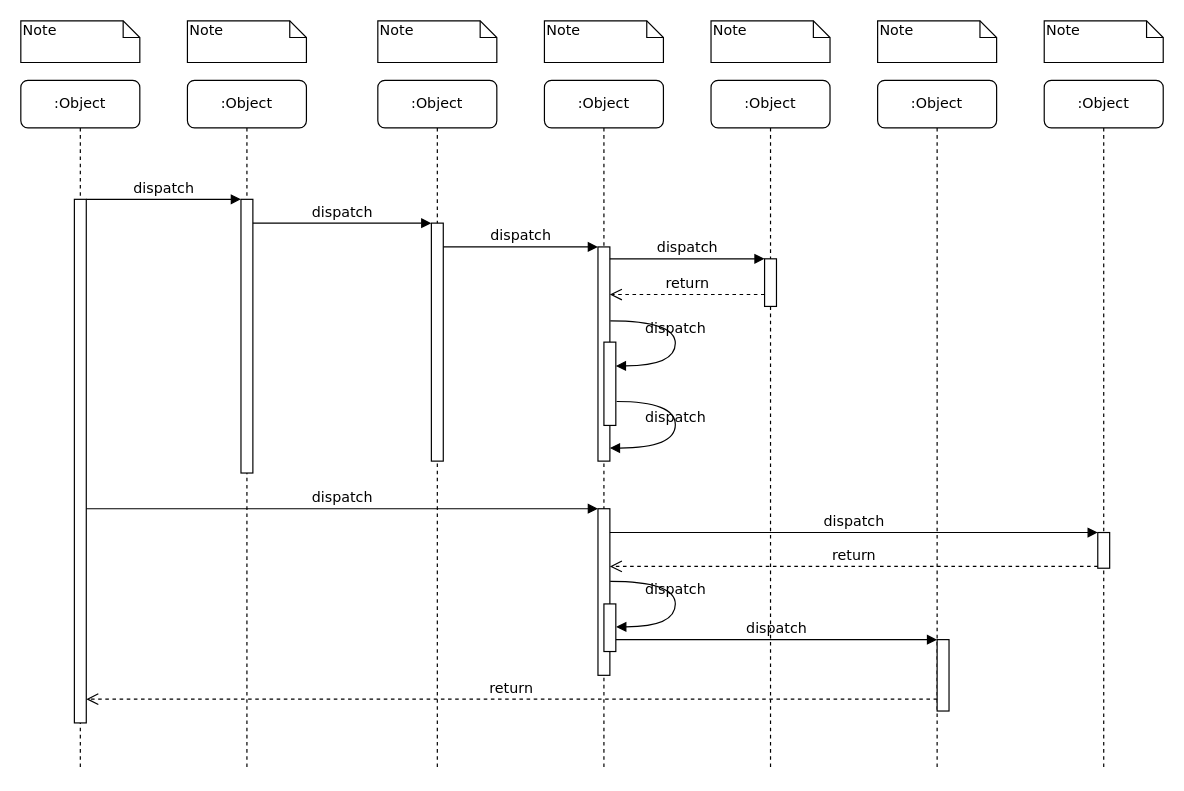
This is diagrams/algorithm_darknetros/subscription_callbacks.drawio from fgonzalezr1998/tfg_src, a draw.io file, before an edit. Source tidied: cells renumbered, new cells numbered last; positions are measured from the earlier drawing's top-left corner, leaving out a move shared by most shapes. Both pictures are drawn from the tidied source at 119%, with x=0, y=0 at pixel (20, 20).
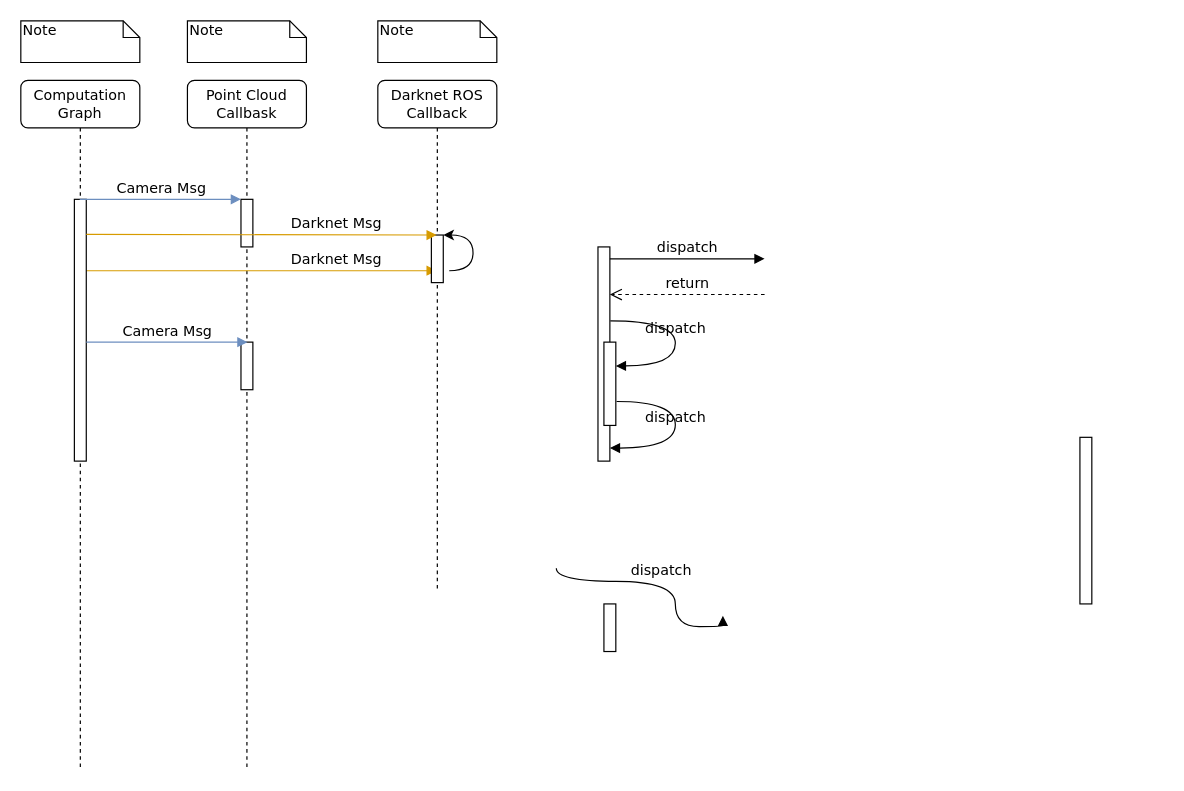
The same diagram, later.

Unchanged cells that the change refers to:
```xml
<mxCell id="12" style="html=1;points=[];perimeter=orthogonalPerimeter;rounded=0;shadow=0;comic=0;labelBackgroundColor=none;strokeWidth=1;fontFamily=Verdana;fontSize=12;align=center;" parent="1" vertex="1">
  <mxGeometry x="485" y="190" width="10" height="180" as="geometry" />
</mxCell>
<mxCell id="30" style="html=1;points=[];perimeter=orthogonalPerimeter;rounded=0;shadow=0;comic=0;labelBackgroundColor=none;strokeWidth=1;fontFamily=Verdana;fontSize=12;align=center;" parent="1" vertex="1">
  <mxGeometry x="490" y="490" width="10" height="40" as="geometry" />
</mxCell>
```

The edit, as a diff of the source:
```diff
@@
-    <mxCell id="2" value=":Object" style="shape=umlLifeline;perimeter=lifelinePerimeter;whiteSpace=wrap;html=1;rounded=1;shadow=0;comic=0;labelBackgroundColor=none;strokeWidth=1;fontFamily=Verdana;fontSize=12;align=center;" parent="1" vertex="1">
+    <mxCell id="2" value="Point Cloud Callbask" style="shape=umlLifeline;perimeter=lifelinePerimeter;whiteSpace=wrap;html=1;rounded=1;shadow=0;comic=0;labelBackgroundColor=none;strokeWidth=1;fontFamily=Verdana;fontSize=12;align=center;" parent="1" vertex="1">
       <mxGeometry x="140" y="50" width="100" height="580" as="geometry" />
     </mxCell>
     <mxCell id="3" style="html=1;points=[];perimeter=orthogonalPerimeter;rounded=0;shadow=0;comic=0;labelBackgroundColor=none;strokeWidth=1;fontFamily=Verdana;fontSize=12;align=center;" parent="2" vertex="1">
-      <mxGeometry x="45" y="100" width="10" height="230" as="geometry" />
+      <mxGeometry x="45" y="100" width="10" height="40" as="geometry" />
     </mxCell>
+    <mxCell id="39" value="Darknet Msg" style="html=1;verticalAlign=bottom;endArrow=block;labelBackgroundColor=none;fontFamily=Verdana;fontSize=12;edgeStyle=elbowEdgeStyle;elbow=vertical;fillColor=#ffe6cc;strokeColor=#d79b00;" parent="2" edge="1">
+      <mxGeometry x="0.42" relative="1" as="geometry">
+        <mxPoint x="-85" y="160" as="sourcePoint" />
+        <mxPoint x="209.5" y="160.5" as="targetPoint" />
+        <mxPoint x="1" as="offset" />
+      </mxGeometry>
+    </mxCell>
+    <mxCell id="40" style="html=1;perimeter=orthogonalPerimeter;rounded=0;shadow=0;comic=0;labelBackgroundColor=none;strokeWidth=1;fontFamily=Verdana;fontSize=12;align=center;" parent="2" vertex="1">
+      <mxGeometry x="45" y="220" width="10" height="40" as="geometry" />
+    </mxCell>
-    <mxCell id="4" value=":Object" style="shape=umlLifeline;perimeter=lifelinePerimeter;whiteSpace=wrap;html=1;outlineConnect=0;rounded=1;shadow=0;comic=0;labelBackgroundColor=none;strokeWidth=1;fontFamily=Verdana;fontSize=12;align=center;" parent="1" vertex="1">
-      <mxGeometry x="300" y="50" width="100" height="580" as="geometry" />
+    <mxCell id="4" value="Darknet ROS Callback" style="shape=umlLifeline;perimeter=lifelinePerimeter;whiteSpace=wrap;html=1;outlineConnect=0;rounded=1;shadow=0;comic=0;labelBackgroundColor=none;strokeWidth=1;fontFamily=Verdana;fontSize=12;align=center;" parent="1" vertex="1">
+      <mxGeometry x="300" y="50" width="100" height="430" as="geometry" />
     </mxCell>
     <mxCell id="5" style="html=1;points=[];perimeter=orthogonalPerimeter;rounded=0;shadow=0;comic=0;labelBackgroundColor=none;strokeWidth=1;fontFamily=Verdana;fontSize=12;align=center;" parent="4" vertex="1">
-      <mxGeometry x="45" y="120" width="10" height="200" as="geometry" />
+      <mxGeometry x="45" y="130" width="10" height="40" as="geometry" />
     </mxCell>
-    <mxCell id="6" value=":Object" style="shape=umlLifeline;perimeter=lifelinePerimeter;whiteSpace=wrap;html=1;rounded=1;shadow=0;comic=0;labelBackgroundColor=none;strokeWidth=1;fontFamily=Verdana;fontSize=12;align=center;" parent="1" vertex="1">
-      <mxGeometry x="440" y="50" width="100" height="580" as="geometry" />
-    </mxCell>
-    <mxCell id="7" value=":Object" style="shape=umlLifeline;perimeter=lifelinePerimeter;whiteSpace=wrap;html=1;rounded=1;shadow=0;comic=0;labelBackgroundColor=none;strokeWidth=1;fontFamily=Verdana;fontSize=12;align=center;" parent="1" vertex="1">
-      <mxGeometry x="580" y="50" width="100" height="580" as="geometry" />
-    </mxCell>
-    <mxCell id="8" value=":Object" style="shape=umlLifeline;perimeter=lifelinePerimeter;whiteSpace=wrap;html=1;rounded=1;shadow=0;comic=0;labelBackgroundColor=none;strokeWidth=1;fontFamily=Verdana;fontSize=12;align=center;" parent="1" vertex="1">
-      <mxGeometry x="720" y="50" width="100" height="580" as="geometry" />
-    </mxCell>
-    <mxCell id="9" value=":Object" style="shape=umlLifeline;perimeter=lifelinePerimeter;whiteSpace=wrap;html=1;rounded=1;shadow=0;comic=0;labelBackgroundColor=none;strokeWidth=1;fontFamily=Verdana;fontSize=12;align=center;" parent="1" vertex="1">
-      <mxGeometry x="860" y="50" width="100" height="580" as="geometry" />
-    </mxCell>
+    <mxCell id="41" style="curved=1;endArrow=classic;html=1;rounded=0;" parent="4" edge="1" target="5">
+      <mxGeometry relative="1" as="geometry">
+        <mxPoint x="60" y="160" as="sourcePoint" />
+        <Array as="points">
+          <mxPoint x="80" y="160" />
+          <mxPoint x="80" y="130" />
+        </Array>
+      </mxGeometry>
+    </mxCell>
-    <mxCell id="10" value=":Object" style="shape=umlLifeline;perimeter=lifelinePerimeter;whiteSpace=wrap;html=1;outlineConnect=0;rounded=1;shadow=0;comic=0;labelBackgroundColor=none;strokeWidth=1;fontFamily=Verdana;fontSize=12;align=center;" parent="1" vertex="1">
+    <mxCell id="10" value="Computation Graph" style="shape=umlLifeline;perimeter=lifelinePerimeter;whiteSpace=wrap;html=1;outlineConnect=0;rounded=1;shadow=0;comic=0;labelBackgroundColor=none;strokeWidth=1;fontFamily=Verdana;fontSize=12;align=center;" parent="1" vertex="1">
       <mxGeometry y="50" width="100" height="580" as="geometry" />
     </mxCell>
     <mxCell id="11" style="html=1;points=[];perimeter=orthogonalPerimeter;rounded=0;shadow=0;comic=0;labelBackgroundColor=none;strokeWidth=1;fontFamily=Verdana;fontSize=12;align=center;" parent="10" vertex="1">
-      <mxGeometry x="45" y="100" width="10" height="440" as="geometry" />
+      <mxGeometry x="45" y="100" width="10" height="220" as="geometry" />
     </mxCell>
+    <mxCell id="42" value="Darknet Msg" style="html=1;verticalAlign=bottom;endArrow=block;labelBackgroundColor=none;fontFamily=Verdana;fontSize=12;edgeStyle=elbowEdgeStyle;elbow=vertical;fillColor=#ffe6cc;strokeColor=#d79b00;" parent="10" edge="1" target="4">
+      <mxGeometry x="0.42" relative="1" as="geometry">
+        <mxPoint x="55" y="129.5" as="sourcePoint" />
+        <mxPoint x="1" as="offset" />
+      </mxGeometry>
+    </mxCell>
+    <mxCell id="43" value="Camera Msg" style="html=1;verticalAlign=bottom;endArrow=block;entryX=0;entryY=0;labelBackgroundColor=none;fontFamily=Verdana;fontSize=12;edgeStyle=elbowEdgeStyle;elbow=vertical;fillColor=#dae8fc;strokeColor=#6c8ebf;" parent="10" edge="1">
+      <mxGeometry relative="1" as="geometry">
+        <mxPoint x="55" y="220" as="sourcePoint" />
+        <mxPoint x="190.5" y="220" as="targetPoint" />
+      </mxGeometry>
+    </mxCell>
@@
-    <mxCell id="13" value="dispatch" style="html=1;verticalAlign=bottom;endArrow=block;labelBackgroundColor=none;fontFamily=Verdana;fontSize=12;edgeStyle=elbowEdgeStyle;elbow=vertical;" parent="1" edge="1" source="5" target="12">
-      <mxGeometry relative="1" as="geometry">
-        <Array as="points">
-          <mxPoint x="360" y="190" />
-        </Array>
-      </mxGeometry>
-    </mxCell>
-    <mxCell id="14" style="html=1;points=[];perimeter=orthogonalPerimeter;rounded=0;shadow=0;comic=0;labelBackgroundColor=none;strokeWidth=1;fontFamily=Verdana;fontSize=12;align=center;" parent="1" vertex="1">
-      <mxGeometry x="625" y="200" width="10" height="40" as="geometry" />
-    </mxCell>
-    <mxCell id="15" value="dispatch" style="html=1;verticalAlign=bottom;endArrow=block;entryX=0;entryY=0;labelBackgroundColor=none;fontFamily=Verdana;fontSize=12;edgeStyle=elbowEdgeStyle;elbow=vertical;" parent="1" edge="1" source="12" target="14">
-      <mxGeometry relative="1" as="geometry" />
+    <mxCell id="15" value="dispatch" style="html=1;verticalAlign=bottom;endArrow=block;entryX=0;entryY=0;labelBackgroundColor=none;fontFamily=Verdana;fontSize=12;edgeStyle=elbowEdgeStyle;elbow=vertical;" parent="1" edge="1" source="12">
+      <mxGeometry relative="1" as="geometry">
+        <mxPoint x="625" y="200" as="targetPoint" />
+      </mxGeometry>
     </mxCell>
-    <mxCell id="16" value="return" style="html=1;verticalAlign=bottom;endArrow=open;dashed=1;endSize=8;labelBackgroundColor=none;fontFamily=Verdana;fontSize=12;edgeStyle=elbowEdgeStyle;elbow=vertical;" parent="1" edge="1" source="14" target="12">
+    <mxCell id="16" value="return" style="html=1;verticalAlign=bottom;endArrow=open;dashed=1;endSize=8;labelBackgroundColor=none;fontFamily=Verdana;fontSize=12;edgeStyle=elbowEdgeStyle;elbow=vertical;" parent="1" edge="1" target="12">
       <mxGeometry relative="1" as="geometry">
+        <mxPoint x="625" y="230" as="sourcePoint" />
         <Array as="points">
           <mxPoint x="570" y="230" />
           <mxPoint x="600" y="230" />
         </Array>
       </mxGeometry>
     </mxCell>
     <mxCell id="17" style="html=1;points=[];perimeter=orthogonalPerimeter;rounded=0;shadow=0;comic=0;labelBackgroundColor=none;strokeWidth=1;fontFamily=Verdana;fontSize=12;align=center;" parent="1" vertex="1">
-      <mxGeometry x="485" y="410" width="10" height="140" as="geometry" />
+      <mxGeometry x="890" y="350" width="10" height="140" as="geometry" />
     </mxCell>
-    <mxCell id="18" value="dispatch" style="html=1;verticalAlign=bottom;endArrow=block;entryX=0;entryY=0;labelBackgroundColor=none;fontFamily=Verdana;fontSize=12;" parent="1" edge="1" source="11" target="17">
-      <mxGeometry relative="1" as="geometry" />
-    </mxCell>
-    <mxCell id="19" style="html=1;points=[];perimeter=orthogonalPerimeter;rounded=0;shadow=0;comic=0;labelBackgroundColor=none;strokeColor=#000000;strokeWidth=1;fillColor=#FFFFFF;fontFamily=Verdana;fontSize=12;fontColor=#000000;align=center;" parent="1" vertex="1">
-      <mxGeometry x="905" y="430" width="10" height="30" as="geometry" />
-    </mxCell>
-    <mxCell id="20" value="dispatch" style="html=1;verticalAlign=bottom;endArrow=block;entryX=0;entryY=0;labelBackgroundColor=none;fontFamily=Verdana;fontSize=12;" parent="1" edge="1" source="17" target="19">
-      <mxGeometry relative="1" as="geometry" />
-    </mxCell>
-    <mxCell id="21" value="return" style="html=1;verticalAlign=bottom;endArrow=open;dashed=1;endSize=8;exitX=0;exitY=0.95;labelBackgroundColor=none;fontFamily=Verdana;fontSize=12;" parent="1" edge="1" source="19" target="17">
-      <mxGeometry relative="1" as="geometry" />
-    </mxCell>
-    <mxCell id="22" style="html=1;points=[];perimeter=orthogonalPerimeter;rounded=0;shadow=0;comic=0;labelBackgroundColor=none;strokeWidth=1;fontFamily=Verdana;fontSize=12;align=center;" parent="1" vertex="1">
-      <mxGeometry x="770" y="520" width="10" height="60" as="geometry" />
-    </mxCell>
-    <mxCell id="23" value="dispatch" style="html=1;verticalAlign=bottom;endArrow=block;entryX=0;entryY=0;labelBackgroundColor=none;fontFamily=Verdana;fontSize=12;edgeStyle=elbowEdgeStyle;elbow=vertical;" parent="1" edge="1" source="30" target="22">
-      <mxGeometry relative="1" as="geometry" />
-    </mxCell>
-    <mxCell id="24" value="return" style="html=1;verticalAlign=bottom;endArrow=open;dashed=1;endSize=8;labelBackgroundColor=none;fontFamily=Verdana;fontSize=12;edgeStyle=elbowEdgeStyle;elbow=vertical;" parent="1" edge="1" source="22" target="11">
-      <mxGeometry relative="1" as="geometry">
-        <Array as="points">
-          <mxPoint x="470" y="570" />
-        </Array>
-      </mxGeometry>
-    </mxCell>
-    <mxCell id="25" value="dispatch" style="html=1;verticalAlign=bottom;endArrow=block;entryX=0;entryY=0;labelBackgroundColor=none;fontFamily=Verdana;fontSize=12;edgeStyle=elbowEdgeStyle;elbow=vertical;" parent="1" edge="1" source="11" target="3">
+    <mxCell id="25" value="Camera Msg" style="html=1;verticalAlign=bottom;endArrow=block;entryX=0;entryY=0;labelBackgroundColor=none;fontFamily=Verdana;fontSize=12;edgeStyle=elbowEdgeStyle;elbow=vertical;fillColor=#dae8fc;strokeColor=#6c8ebf;" parent="1" edge="1" source="10" target="3">
       <mxGeometry relative="1" as="geometry" />
     </mxCell>
-    <mxCell id="26" value="dispatch" style="html=1;verticalAlign=bottom;endArrow=block;entryX=0;entryY=0;labelBackgroundColor=none;fontFamily=Verdana;fontSize=12;edgeStyle=elbowEdgeStyle;elbow=vertical;" parent="1" edge="1" source="3" target="5">
-      <mxGeometry relative="1" as="geometry" />
-    </mxCell>
@@
-    <mxCell id="31" value="dispatch" style="html=1;verticalAlign=bottom;endArrow=block;labelBackgroundColor=none;fontFamily=Verdana;fontSize=12;elbow=vertical;edgeStyle=orthogonalEdgeStyle;curved=1;entryX=1;entryY=0.286;entryPerimeter=0;exitX=1.038;exitY=0.345;exitPerimeter=0;" parent="1" edge="1">
+    <mxCell id="31" value="dispatch" style="html=1;verticalAlign=bottom;endArrow=block;labelBackgroundColor=none;fontFamily=Verdana;fontSize=12;elbow=vertical;edgeStyle=orthogonalEdgeStyle;curved=1;" parent="1" edge="1">
       <mxGeometry relative="1" as="geometry">
-        <mxPoint x="495.3" y="471" as="sourcePoint" />
-        <mxPoint x="500.3" y="509.3" as="targetPoint" />
+        <mxPoint x="450" y="460" as="sourcePoint" />
+        <mxPoint x="590" y="500" as="targetPoint" />
         <Array as="points">
           <mxPoint x="550" y="471" />
           <mxPoint x="550" y="509" />
         </Array>
       </mxGeometry>
     </mxCell>
@@
-    <mxCell id="35" value="Note" style="shape=note;whiteSpace=wrap;html=1;size=14;verticalAlign=top;align=left;spacingTop=-6;rounded=0;shadow=0;comic=0;labelBackgroundColor=none;strokeWidth=1;fontFamily=Verdana;fontSize=12;" parent="1" vertex="1">
-      <mxGeometry x="440" width="100" height="35" as="geometry" />
-    </mxCell>
-    <mxCell id="36" value="Note" style="shape=note;whiteSpace=wrap;html=1;size=14;verticalAlign=top;align=left;spacingTop=-6;rounded=0;shadow=0;comic=0;labelBackgroundColor=none;strokeWidth=1;fontFamily=Verdana;fontSize=12;" parent="1" vertex="1">
-      <mxGeometry x="580" width="100" height="35" as="geometry" />
-    </mxCell>
-    <mxCell id="37" value="Note" style="shape=note;whiteSpace=wrap;html=1;size=14;verticalAlign=top;align=left;spacingTop=-6;rounded=0;shadow=0;comic=0;labelBackgroundColor=none;strokeWidth=1;fontFamily=Verdana;fontSize=12;" parent="1" vertex="1">
-      <mxGeometry x="720" width="100" height="35" as="geometry" />
-    </mxCell>
-    <mxCell id="38" value="Note" style="shape=note;whiteSpace=wrap;html=1;size=14;verticalAlign=top;align=left;spacingTop=-6;rounded=0;shadow=0;comic=0;labelBackgroundColor=none;strokeWidth=1;fontFamily=Verdana;fontSize=12;" parent="1" vertex="1">
-      <mxGeometry x="860" width="100" height="35" as="geometry" />
-    </mxCell>
```
